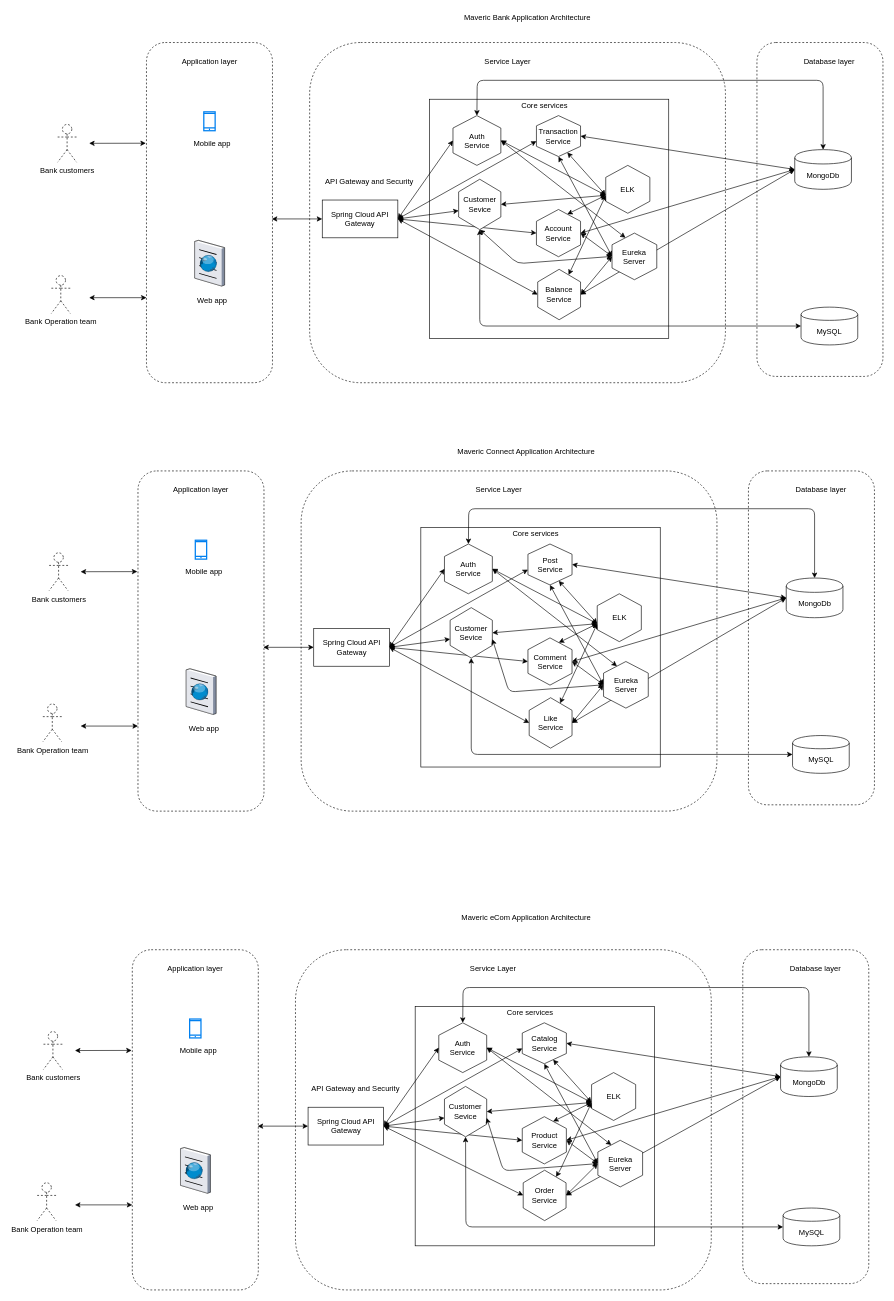
Earlier version of the draw.io diagram page "HighLevelArchitectureDig" (1 of 3) of DigitalPhase3Assessments.drawio (MAVERIC-ThinkNXT-LIMITED/DigitalThinkNxtAssessment). Source tidied: cells renumbered, new cells numbered last; positions are measured from the earlier drawing's top-left corner, leaving out a move shared by most shapes. Both pictures are drawn from the tidied source at 63%, with x=0, y=0 at pixel (37, 11).
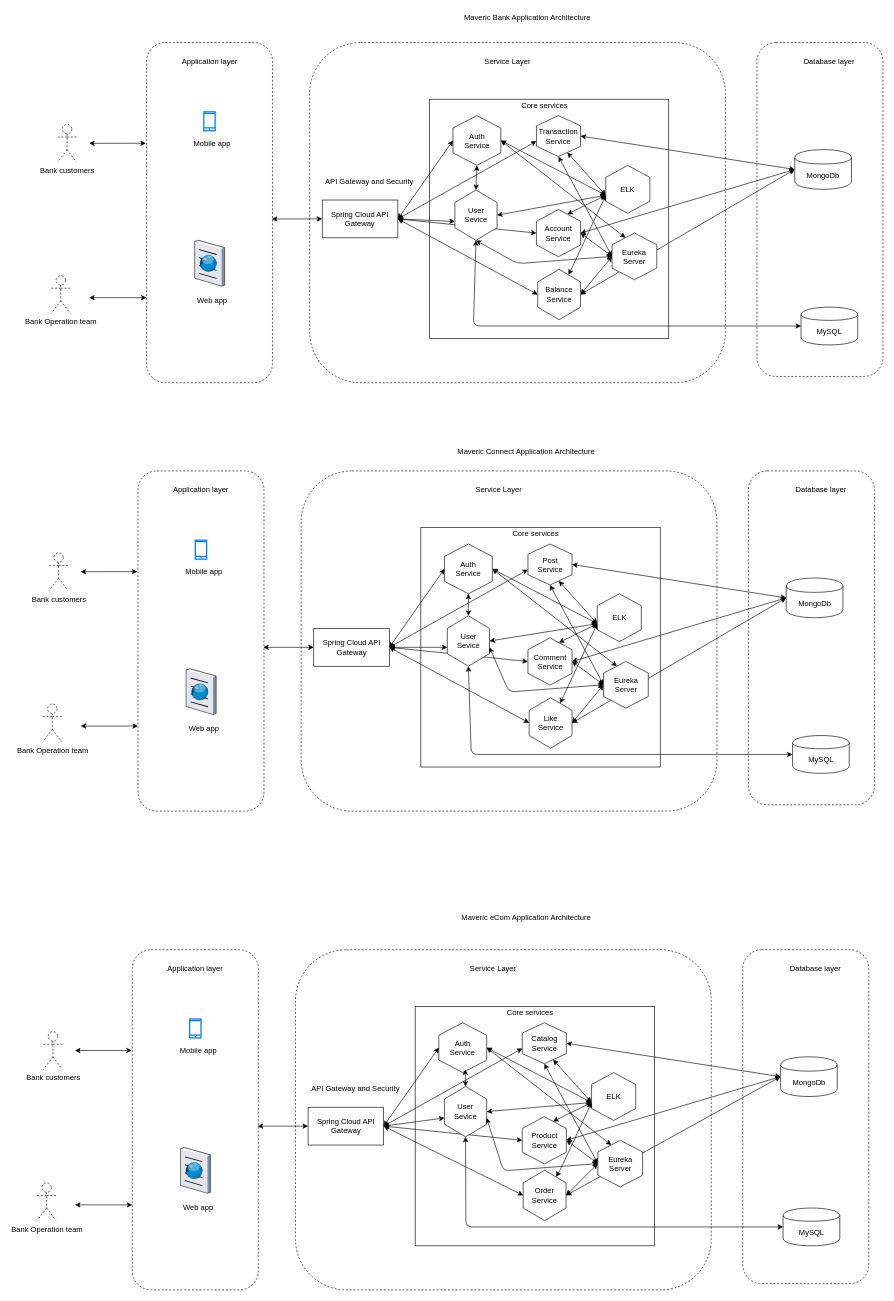
The same diagram, later.

Commit message (it also covers changes not shown here):
updated swagger file for bank app and solution doc architecture diagram for all apps

Unchanged cells that the change refers to:
```xml
<mxCell id="9" value="MySQL" style="shape=cylinder;whiteSpace=wrap;html=1;boundedLbl=1;backgroundOutline=1;" parent="1" vertex="1">
  <mxGeometry x="1212" y="470" width="90" height="60" as="geometry" />
</mxCell>
<mxCell id="10" value="MongoDb" style="shape=cylinder;whiteSpace=wrap;html=1;boundedLbl=1;backgroundOutline=1;" parent="1" vertex="1">
  <mxGeometry x="1202" y="220" width="90" height="63" as="geometry" />
</mxCell>
<mxCell id="27" value="Auth&lt;br&gt;Service" style="shape=hexagon;perimeter=hexagonPerimeter2;whiteSpace=wrap;html=1;direction=south;" parent="1" vertex="1">
  <mxGeometry x="659.5" y="166" width="76" height="79" as="geometry" />
</mxCell>
<mxCell id="58" value="MongoDb" style="shape=cylinder;whiteSpace=wrap;html=1;boundedLbl=1;backgroundOutline=1;" parent="1" vertex="1">
  <mxGeometry x="1188.5" y="900" width="90" height="63" as="geometry" />
</mxCell>
<mxCell id="74" value="Auth&lt;br&gt;Service" style="shape=hexagon;perimeter=hexagonPerimeter2;whiteSpace=wrap;html=1;direction=south;" parent="1" vertex="1">
  <mxGeometry x="646" y="846" width="76" height="79" as="geometry" />
</mxCell>
<mxCell id="105" value="MongoDb" style="shape=cylinder;whiteSpace=wrap;html=1;boundedLbl=1;backgroundOutline=1;" parent="1" vertex="1">
  <mxGeometry x="1179.5" y="1660" width="90" height="63" as="geometry" />
</mxCell>
<mxCell id="122" value="Auth&lt;br&gt;Service" style="shape=hexagon;perimeter=hexagonPerimeter2;whiteSpace=wrap;html=1;direction=south;" parent="1" vertex="1">
  <mxGeometry x="637" y="1606" width="76" height="79" as="geometry" />
</mxCell>
```

What changed in the source:
```diff
@@
-    <mxCell id="31" value="Customer&lt;br&gt;Sevice" style="shape=hexagon;perimeter=hexagonPerimeter2;whiteSpace=wrap;html=1;direction=south;" parent="1" vertex="1">
-      <mxGeometry x="668.5" y="267" width="67" height="80" as="geometry" />
+    <mxCell id="31" value="User&lt;br&gt;Sevice" style="shape=hexagon;perimeter=hexagonPerimeter2;whiteSpace=wrap;html=1;direction=south;" parent="1" vertex="1">
+      <mxGeometry x="662.5" y="284" width="67" height="80" as="geometry" />
     </mxCell>
@@
     <mxCell id="42" style="endArrow=classic;startArrow=classic;html=1;entryX=1;entryY=0.5;entryDx=0;entryDy=0;exitX=0;exitY=0.5;exitDx=0;exitDy=0;" parent="1" edge="1" source="9" target="31">
       <mxGeometry relative="1" as="geometry">
         <Array as="points">
-          <mxPoint x="702" y="500" />
+          <mxPoint x="692" y="500" />
         </Array>
       </mxGeometry>
     </mxCell>
@@
-    <mxCell id="45" style="endArrow=classic;startArrow=classic;html=1;exitX=0;exitY=0.5;exitDx=0;exitDy=0;entryX=0.5;entryY=0;entryDx=0;entryDy=0;" parent="1" edge="1" source="27" target="10">
-      <mxGeometry relative="1" as="geometry">
-        <Array as="points">
-          <mxPoint x="698" y="110" />
-          <mxPoint x="1247" y="110" />
-        </Array>
-      </mxGeometry>
-    </mxCell>
@@
-    <mxCell id="78" value="Customer&lt;br&gt;Sevice" style="shape=hexagon;perimeter=hexagonPerimeter2;whiteSpace=wrap;html=1;direction=south;" parent="1" vertex="1">
-      <mxGeometry x="655" y="947" width="67" height="80" as="geometry" />
+    <mxCell id="78" value="User&lt;br&gt;Sevice" style="shape=hexagon;perimeter=hexagonPerimeter2;whiteSpace=wrap;html=1;direction=south;" parent="1" vertex="1">
+      <mxGeometry x="650.5" y="960" width="67" height="80" as="geometry" />
     </mxCell>
@@
-    <mxCell id="92" style="endArrow=classic;startArrow=classic;html=1;exitX=0;exitY=0.5;exitDx=0;exitDy=0;entryX=0.5;entryY=0;entryDx=0;entryDy=0;" parent="1" edge="1" source="74" target="58">
-      <mxGeometry relative="1" as="geometry">
-        <Array as="points">
-          <mxPoint x="684.5" y="790" />
-          <mxPoint x="1233.5" y="790" />
-        </Array>
-      </mxGeometry>
-    </mxCell>
@@
-    <mxCell id="126" value="Customer&lt;br&gt;Sevice" style="shape=hexagon;perimeter=hexagonPerimeter2;whiteSpace=wrap;html=1;direction=south;" parent="1" vertex="1">
+    <mxCell id="126" value="User&lt;br&gt;Sevice" style="shape=hexagon;perimeter=hexagonPerimeter2;whiteSpace=wrap;html=1;direction=south;" parent="1" vertex="1">
       <mxGeometry x="646" y="1707" width="67" height="80" as="geometry" />
     </mxCell>
@@
-    <mxCell id="140" style="endArrow=classic;startArrow=classic;html=1;exitX=0;exitY=0.5;exitDx=0;exitDy=0;entryX=0.5;entryY=0;entryDx=0;entryDy=0;" parent="1" edge="1" source="122" target="105">
-      <mxGeometry relative="1" as="geometry">
-        <Array as="points">
-          <mxPoint x="675.5" y="1550" />
-          <mxPoint x="1224.5" y="1550" />
-        </Array>
-      </mxGeometry>
-    </mxCell>
@@
+    <mxCell id="148" style="endArrow=classic;startArrow=classic;html=1;exitX=0;exitY=0.5;exitDx=0;exitDy=0;entryX=1;entryY=0.5;entryDx=0;entryDy=0;" parent="1" edge="1" source="31" target="27">
+      <mxGeometry relative="1" as="geometry" />
+    </mxCell>
+    <mxCell id="149" style="endArrow=classic;startArrow=classic;html=1;exitX=0;exitY=0.5;exitDx=0;exitDy=0;entryX=1;entryY=0.5;entryDx=0;entryDy=0;" parent="1" edge="1" source="78" target="74">
+      <mxGeometry relative="1" as="geometry" />
+    </mxCell>
+    <mxCell id="150" style="endArrow=classic;startArrow=classic;html=1;exitX=0;exitY=0.5;exitDx=0;exitDy=0;" parent="1" edge="1" source="126">
+      <mxGeometry relative="1" as="geometry">
+        <mxPoint x="679" y="1680" as="targetPoint" />
+      </mxGeometry>
+    </mxCell>
```
